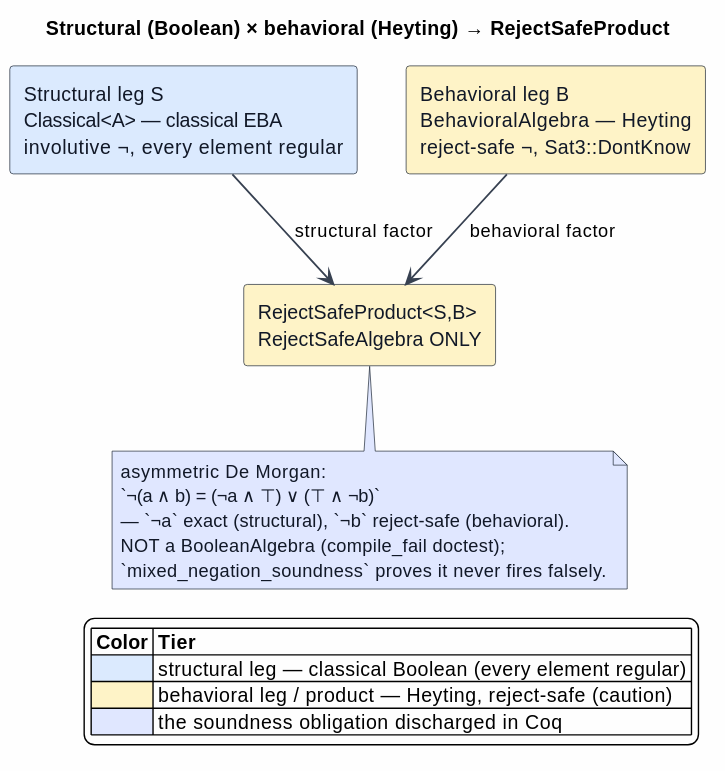
The PlantUML diagram docs/architecture/semantic-predicates/figures/12-mixed-product.svg in F1R3FLY-io/mettail-rust, before a commit.
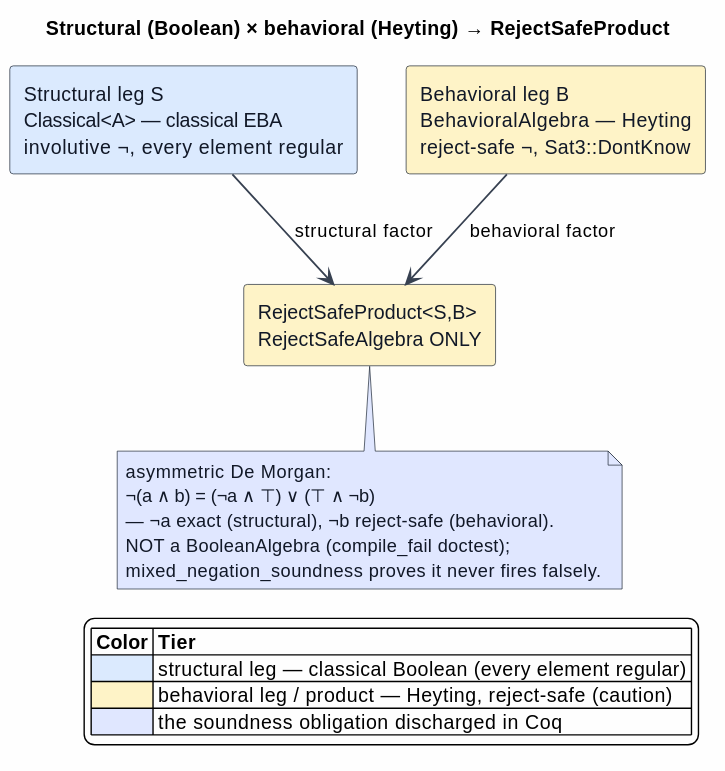
After the change.

Change to the diagram source:
```diff
@@ -25,10 +25,10 @@
 
 note bottom of P #E0E7FF
   asymmetric De Morgan:
-  `¬(a ∧ b) = (¬a ∧ ⊤) ∨ (⊤ ∧ ¬b)`
-  — `¬a` exact (structural), `¬b` reject-safe (behavioral).
+  ¬(a ∧ b) = (¬a ∧ ⊤) ∨ (⊤ ∧ ¬b)
+  — ¬a exact (structural), ¬b reject-safe (behavioral).
   NOT a BooleanAlgebra (compile_fail doctest);
-  `mixed_negation_soundness` proves it never fires falsely.
+  mixed_negation_soundness proves it never fires falsely.
 end note
 
 legend right
```
